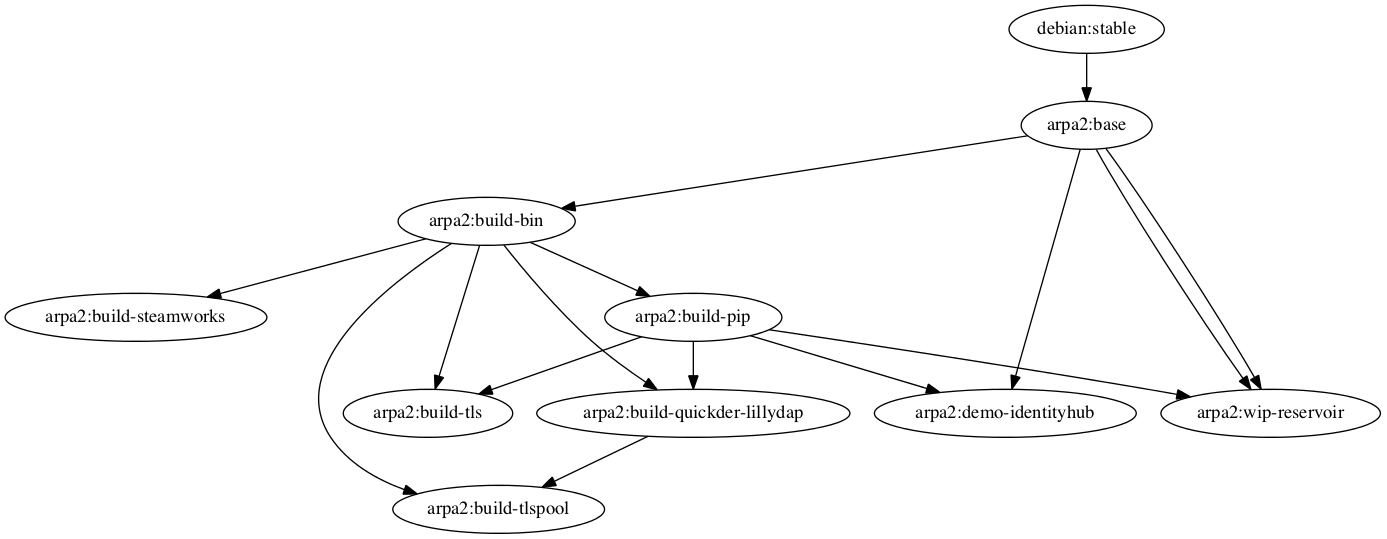
This is deps.png from timkuijsten/docker-demo, a Graphviz export, as it was before one commit. Its source is kept beside it as deps.dot. The source it was exported from:
```dot
digraph arpa2demos {
   "debian:stable";
   "arpa2:base";
   "debian:stable" -> "arpa2:base" ;
   "arpa2:build-bin";
   "arpa2:base" -> "arpa2:build-bin" ;
   "arpa2:build-pip";
   "arpa2:build-bin" -> "arpa2:build-pip" ;
   "arpa2:build-quickder-lillydap";
   "arpa2:build-pip" -> "arpa2:build-quickder-lillydap" ;
   "arpa2:build-bin" -> "arpa2:build-quickder-lillydap" ;
   "arpa2:build-steamworks";
   "arpa2:build-bin" -> "arpa2:build-steamworks" ;
   "arpa2:build-tls";
   "arpa2:build-pip" -> "arpa2:build-tls" ;
   "arpa2:build-bin" -> "arpa2:build-tls" ;
   "arpa2:build-tlspool";
   "arpa2:build-quickder-lillydap" -> "arpa2:build-tlspool" ;
   "arpa2:build-bin" -> "arpa2:build-tlspool" ;
   "arpa2:demo-identityhub";
   "arpa2:build-pip" -> "arpa2:demo-identityhub" ;
   "arpa2:base" -> "arpa2:demo-identityhub" ;
   "arpa2:wip-reservoir";
   "arpa2:build-pip" -> "arpa2:wip-reservoir" ;
   "arpa2:base" -> "arpa2:wip-reservoir" ;
   "arpa2:base" -> "arpa2:wip-reservoir" ;
}
```
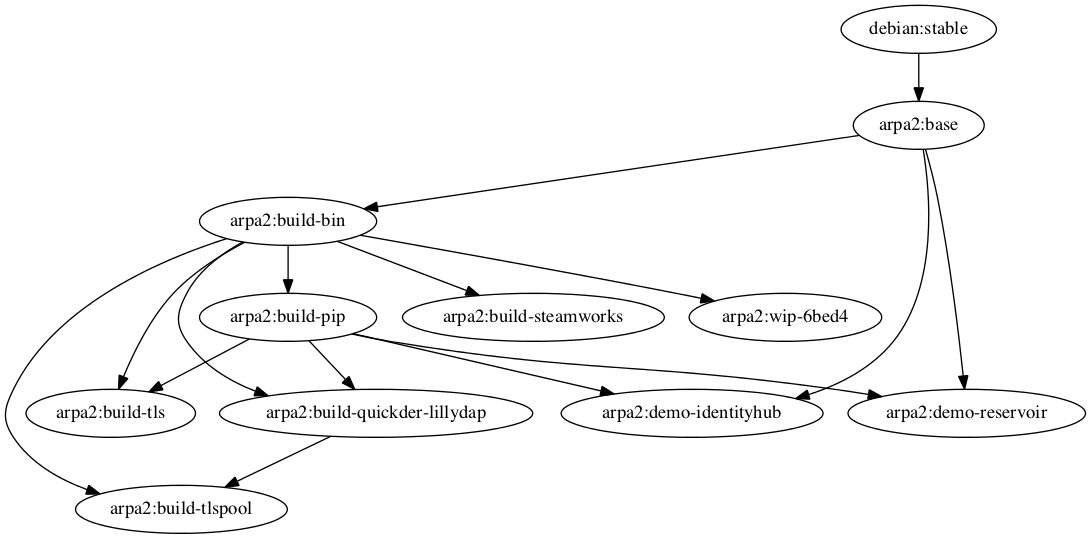
Later version of the same file.

What changed in the source:
```diff
@@ -20,8 +20,9 @@
    "arpa2:demo-identityhub";
    "arpa2:build-pip" -> "arpa2:demo-identityhub" ;
    "arpa2:base" -> "arpa2:demo-identityhub" ;
-   "arpa2:wip-reservoir";
-   "arpa2:build-pip" -> "arpa2:wip-reservoir" ;
-   "arpa2:base" -> "arpa2:wip-reservoir" ;
-   "arpa2:base" -> "arpa2:wip-reservoir" ;
+   "arpa2:demo-reservoir";
+   "arpa2:build-pip" -> "arpa2:demo-reservoir" ;
+   "arpa2:base" -> "arpa2:demo-reservoir" ;
+   "arpa2:wip-6bed4";
+   "arpa2:build-bin" -> "arpa2:wip-6bed4" ;
 }
```
